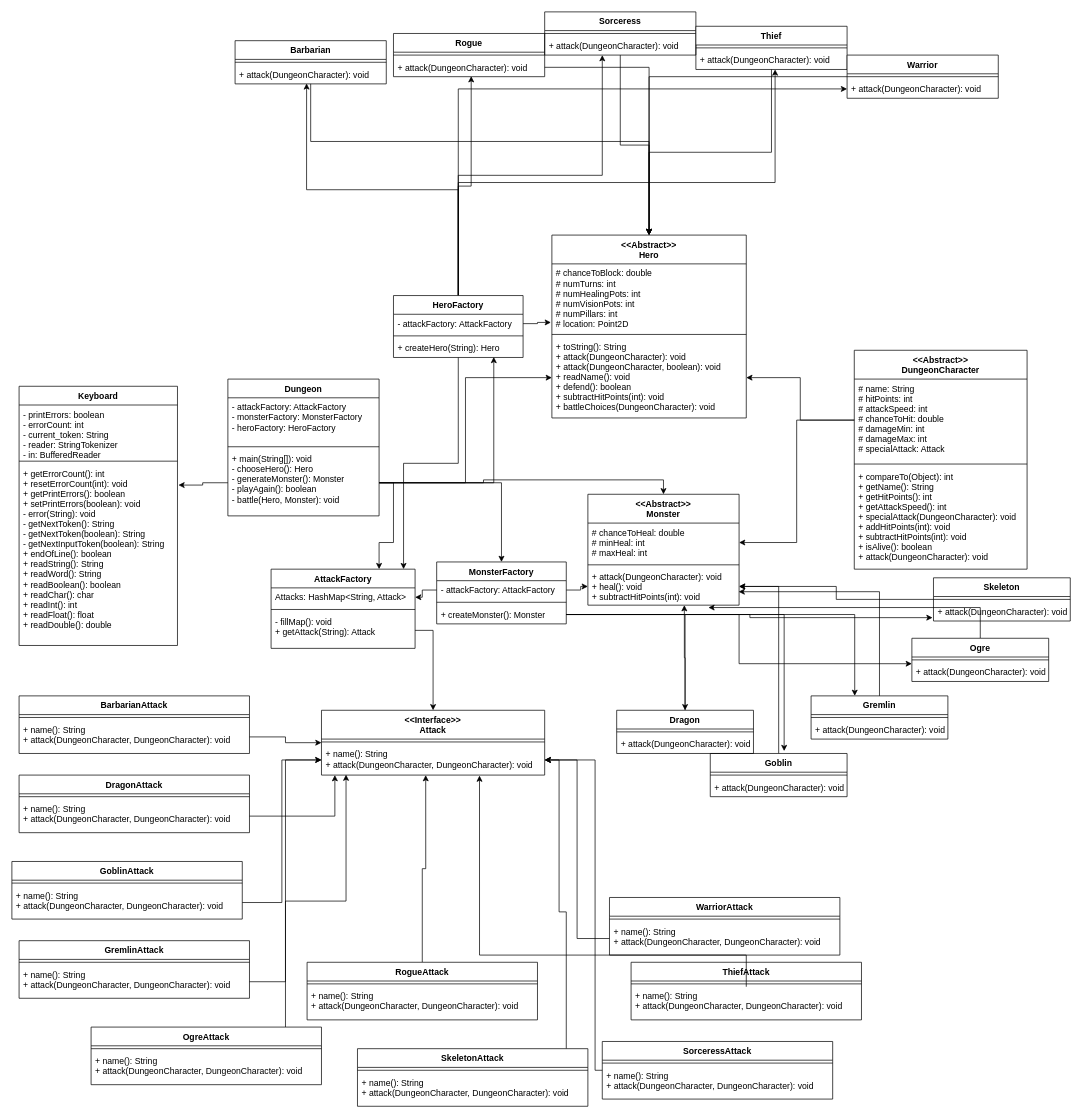
Earlier version of the draw.io diagram RefactorUML.drawio (StevenZuelke/DesignPatterns). Source tidied: cells renumbered, new cells numbered last; positions are measured from the earlier drawing's top-left corner, leaving out a move shared by most shapes. Both pictures are drawn from the tidied source at 72%, with x=0, y=0 at pixel (12, 12).
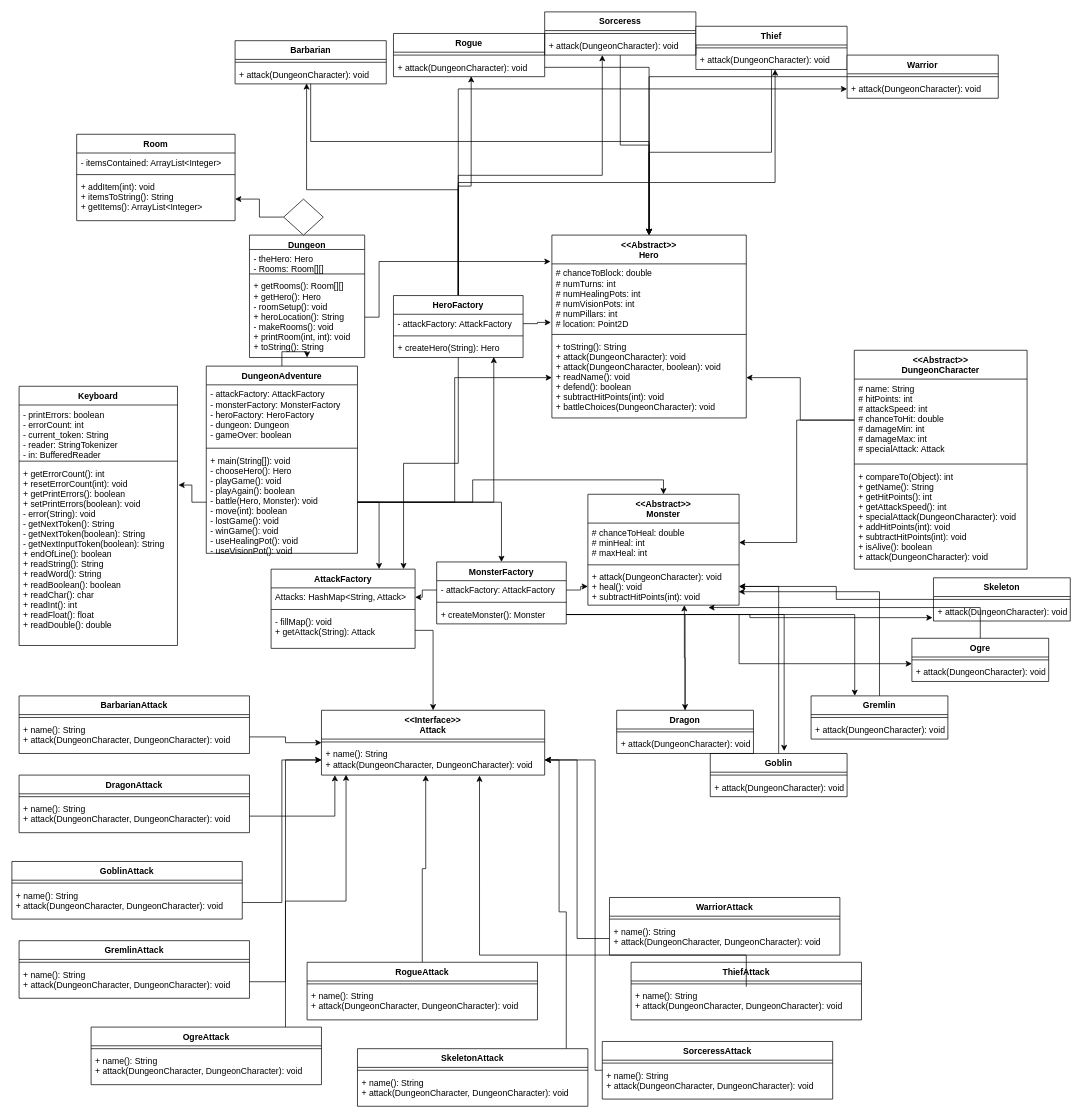
After the change.

The change refers to these unchanged cells:
```xml
<mxCell id="7" value="# chanceToBlock: double&#10;# numTurns: int&#10;# numHealingPots: int&#10;# numVisionPots: int&#10;# numPillars: int&#10;# location: Point2D" style="text;strokeColor=none;fillColor=none;align=left;verticalAlign=top;spacingLeft=4;spacingRight=4;overflow=hidden;points=[[0,0.5],[1,0.5]];portConstraint=eastwest;" parent="6" vertex="1">
  <mxGeometry y="40" width="270" height="94" as="geometry" />
</mxCell>
```

Diff of the diagram source:
```diff
@@
-    <mxCell id="2" value="Dungeon" style="swimlane;fontStyle=1;align=center;verticalAlign=top;horizontal=1;startSize=26;" parent="1" vertex="1">
-      <mxGeometry x="300" y="510" width="210" height="190" as="geometry" />
-    </mxCell>
-    <mxCell id="3" value="- attackFactory: AttackFactory&#10;- monsterFactory: MonsterFactory&#10;- heroFactory: HeroFactory" style="text;strokeColor=none;fillColor=none;align=left;verticalAlign=top;spacingLeft=4;spacingRight=4;overflow=hidden;" parent="2" vertex="1">
-      <mxGeometry y="26" width="210" height="64" as="geometry" />
-    </mxCell>
-    <mxCell id="4" style="line;strokeWidth=1;fillColor=none;align=left;verticalAlign=middle;spacingTop=-1;spacingLeft=3;spacingRight=3;labelPosition=right;" parent="2" vertex="1">
-      <mxGeometry y="90" width="210" height="8" as="geometry" />
-    </mxCell>
-    <mxCell id="5" value="+ main(String[]): void&#10;- chooseHero(): Hero&#10;- generateMonster(): Monster&#10;- playAgain(): boolean&#10;- battle(Hero, Monster): void" style="text;strokeColor=none;fillColor=none;align=left;verticalAlign=top;spacingLeft=4;spacingRight=4;overflow=hidden;points=[[0,0.5],[1,0.5]];portConstraint=eastwest;" parent="2" vertex="1">
-      <mxGeometry y="98" width="210" height="92" as="geometry" />
-    </mxCell>
+    <mxCell id="140" style="edgeStyle=orthogonalEdgeStyle;rounded=0;jettySize=auto;html=1;entryX=0.5;entryY=1;entryDx=0;entryDy=0;" parent="1" edge="1" source="2" target="146">
+      <mxGeometry relative="1" as="geometry" />
+    </mxCell>
@@
+    <mxCell id="141" value="Room" style="swimlane;fontStyle=1;align=center;verticalAlign=top;horizontal=1;startSize=26;" parent="1" vertex="1">
+      <mxGeometry x="90" y="170" width="220" height="120" as="geometry" />
+    </mxCell>
+    <mxCell id="142" value="- itemsContained: ArrayList&lt;Integer&gt;" style="text;strokeColor=none;fillColor=none;align=left;verticalAlign=top;spacingLeft=4;spacingRight=4;overflow=hidden;" parent="141" vertex="1">
+      <mxGeometry y="26" width="220" height="26" as="geometry" />
+    </mxCell>
+    <mxCell id="143" style="line;strokeWidth=1;fillColor=none;align=left;verticalAlign=middle;spacingTop=-1;spacingLeft=3;spacingRight=3;labelPosition=right;" parent="141" vertex="1">
+      <mxGeometry y="52" width="220" height="8" as="geometry" />
+    </mxCell>
+    <mxCell id="144" value="+ addItem(int): void&#10;+ itemsToString(): String&#10;+ getItems(): ArrayList&lt;Integer&gt;" style="text;strokeColor=none;fillColor=none;align=left;verticalAlign=top;spacingLeft=4;spacingRight=4;overflow=hidden;points=[[0,0.5],[1,0.5]];portConstraint=eastwest;" parent="141" vertex="1">
+      <mxGeometry y="60" width="220" height="60" as="geometry" />
+    </mxCell>
@@
+    <mxCell id="145" style="edgeStyle=orthogonalEdgeStyle;rounded=0;jettySize=auto;html=1;" parent="1" edge="1" source="150" target="144">
+      <mxGeometry relative="1" as="geometry" />
+    </mxCell>
+    <mxCell id="146" value="Dungeon" style="swimlane;fontStyle=1;align=center;verticalAlign=top;horizontal=1;startSize=20;" parent="1" vertex="1">
+      <mxGeometry x="330" y="310" width="160" height="170" as="geometry" />
+    </mxCell>
+    <mxCell id="147" value="- theHero: Hero&#10;- Rooms: Room[][]" style="text;strokeColor=none;fillColor=none;align=left;verticalAlign=top;spacingLeft=4;spacingRight=4;overflow=hidden;" parent="146" vertex="1">
+      <mxGeometry y="20" width="160" height="30" as="geometry" />
+    </mxCell>
+    <mxCell id="148" style="line;strokeWidth=1;fillColor=none;align=left;verticalAlign=middle;spacingTop=-1;spacingLeft=3;spacingRight=3;labelPosition=right;" parent="146" vertex="1">
+      <mxGeometry y="50" width="160" height="8" as="geometry" />
+    </mxCell>
+    <mxCell id="149" value="+ getRooms(): Room[][]&#10;+ getHero(): Hero&#10;- roomSetup(): void&#10;+ heroLocation(): String&#10;- makeRooms(): void&#10;+ printRoom(int, int): void&#10;+ toString(): String&#10;" style="text;strokeColor=none;fillColor=none;align=left;verticalAlign=top;spacingLeft=4;spacingRight=4;overflow=hidden;points=[[0,0.5],[1,0.5]];portConstraint=eastwest;" parent="146" vertex="1">
+      <mxGeometry y="58" width="160" height="112" as="geometry" />
+    </mxCell>
@@
+    <mxCell id="150" style="rhombus;whiteSpace=wrap;html=1;" parent="1" vertex="1">
+      <mxGeometry x="377.5" y="260" width="55" height="50" as="geometry" />
+    </mxCell>
+    <mxCell id="151" style="edgeStyle=orthogonalEdgeStyle;rounded=0;jettySize=auto;html=1;entryX=-0.007;entryY=-0.035;entryDx=0;entryDy=0;entryPerimeter=0;" parent="1" edge="1" source="149" target="7">
+      <mxGeometry relative="1" as="geometry">
+        <Array as="points">
+          <mxPoint x="510" y="424" />
+          <mxPoint x="510" y="347" />
+        </Array>
+      </mxGeometry>
+    </mxCell>
+    <mxCell id="2" value="DungeonAdventure" style="swimlane;fontStyle=1;align=center;verticalAlign=top;horizontal=1;startSize=26;" parent="1" vertex="1">
+      <mxGeometry x="270" y="492" width="210" height="260" as="geometry" />
+    </mxCell>
+    <mxCell id="3" value="- attackFactory: AttackFactory&#10;- monsterFactory: MonsterFactory&#10;- heroFactory: HeroFactory&#10;- dungeon: Dungeon&#10;- gameOver: boolean" style="text;strokeColor=none;fillColor=none;align=left;verticalAlign=top;spacingLeft=4;spacingRight=4;overflow=hidden;" parent="2" vertex="1">
+      <mxGeometry y="26" width="210" height="84" as="geometry" />
+    </mxCell>
+    <mxCell id="4" style="line;strokeWidth=1;fillColor=none;align=left;verticalAlign=middle;spacingTop=-1;spacingLeft=3;spacingRight=3;labelPosition=right;" parent="2" vertex="1">
+      <mxGeometry y="110" width="210" height="8" as="geometry" />
+    </mxCell>
+    <mxCell id="5" value="+ main(String[]): void&#10;- chooseHero(): Hero&#10;- playGame(): void&#10;- playAgain(): boolean&#10;- battle(Hero, Monster): void&#10;- move(int): boolean&#10;- lostGame(): void&#10;- winGame(): void&#10;- useHealingPot(): void&#10;- useVisionPot(): void" style="text;strokeColor=none;fillColor=none;align=left;verticalAlign=top;spacingLeft=4;spacingRight=4;overflow=hidden;points=[[0,0.5],[1,0.5]];portConstraint=eastwest;" parent="2" vertex="1">
+      <mxGeometry y="118" width="210" height="142" as="geometry" />
+    </mxCell>
```
